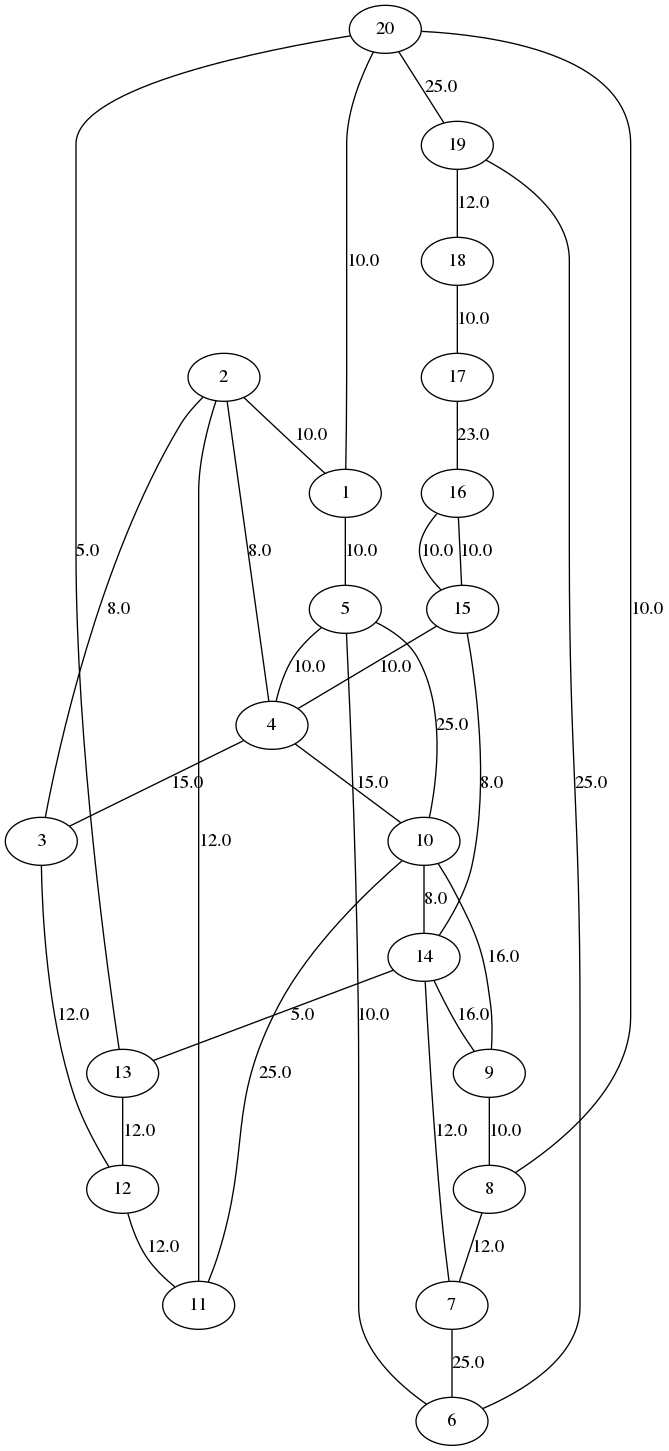
Above: report/figs/small.png in anotherhelloworld/graphvlad (Graphviz), before the change. Its source is kept beside it as report/graphs/small.dot. The source it was exported from:
```dot
graph G {
	2 -- 1 [label = "10.0"]
	3 -- 2 [label = "8.0"]
	4 -- 3 [label = "15.0"]
	5 -- 4 [label = "10.0"]
	6 -- 5 [label = "10.0"]
	7 -- 6 [label = "25.0"]
	8 -- 7 [label = "12.0"]
	9 -- 8 [label = "10.0"]
	10 -- 9 [label = "16.0"]
	11 -- 10 [label = "25.0"]
	12 -- 11 [label = "12.0"]
	13 -- 12 [label = "12.0"]
	14 -- 13 [label = "5.0"]
	15 -- 14 [label = "8.0"]
	16 -- 15 [label = "10.0"]
	17 -- 16 [label = "23.0"]
	18 -- 17 [label = "10.0"]
	19 -- 18 [label = "12.0"]
	20 -- 19 [label = "25.0"]
	20 -- 1 [label = "10.0"]
	4 -- 2 [label = "8.0"]
	4 -- 10 [label = "15.0"]
	15 -- 4 [label = "10.0"]
	1 -- 5 [label = "10.0"]
	19 -- 6 [label = "25.0"]
	14 -- 7 [label = "12.0"]
	20 -- 8 [label = "10.0"]
	14 -- 9 [label = "16.0"]
	5 -- 10 [label = "25.0"]
	2 -- 11 [label = "12.0"]
	3 -- 12 [label = "12.0"]
	20 -- 13 [label = "5.0"]
	10 -- 14 [label = "8.0"]
	16 -- 15 [label = "10.0"]
}
```
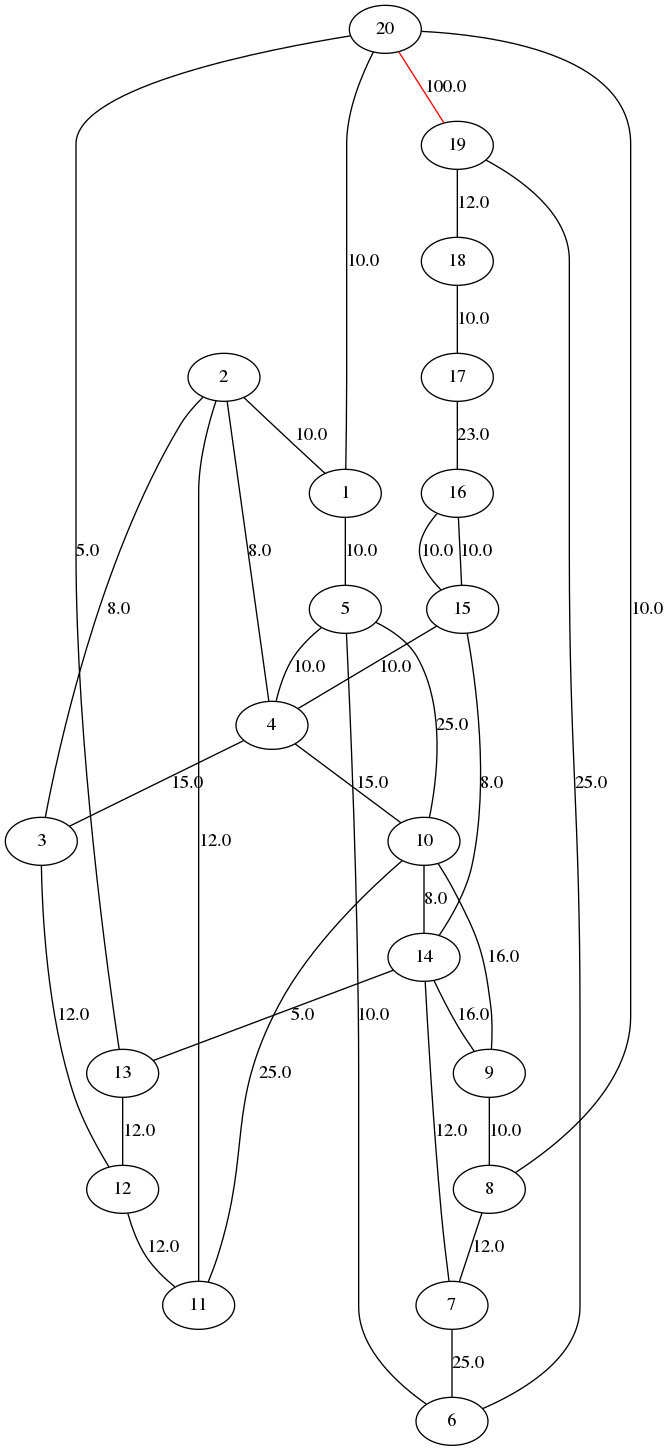
Later version of the same file.

Change to the diagram source:
```diff
@@ -17,7 +17,7 @@
 	17 -- 16 [label = "23.0"]
 	18 -- 17 [label = "10.0"]
 	19 -- 18 [label = "12.0"]
-	20 -- 19 [label = "25.0"]
+	20 -- 19 [label = "100.0", color=red]
 	20 -- 1 [label = "10.0"]
 	4 -- 2 [label = "8.0"]
 	4 -- 10 [label = "15.0"]
```
